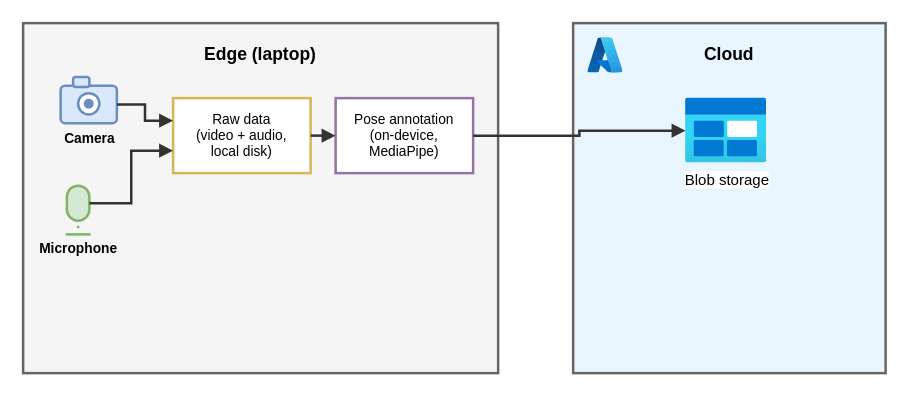
timole/shot-improvement keeps this draw.io diagram as docs/architecture.drawio. Above is the earlier version. Source tidied: cells renumbered, new cells numbered last; positions are measured from the earlier drawing's top-left corner, leaving out a move shared by most shapes. Both pictures are drawn from the tidied source at 125%, with x=0, y=0 at pixel (22, 22).
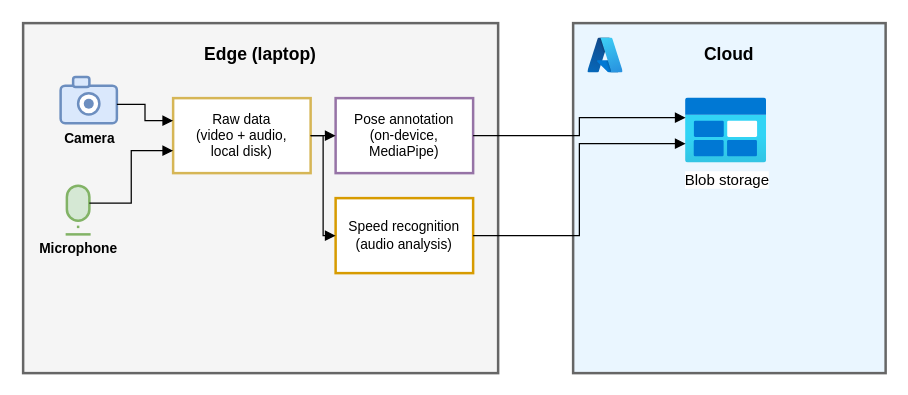
The same page after the edit.

Commit message (it also covers changes not shown here):
Architecture diagram: 1pt black edges, add speed recognition box

Arrows are now a uniform 1pt black line. Added a "Speed recognition
(audio analysis)" box on the Edge side, fed from Raw data alongside
Pose annotation, both flowing to Blob storage.

Claude-Session: https://claude.ai/code/session_017hfGxMnU1swBr4svZsnXk8

Unchanged cells that the change refers to:
```xml
<mxCell id="3" style="rounded=1;arcSize=12;whiteSpace=wrap;html=1;fillColor=#dae8fc;strokeColor=#6c8ebf;strokeWidth=2;" parent="1" vertex="1">
  <mxGeometry x="30" y="50" width="45" height="30" as="geometry" />
</mxCell>
<mxCell id="8" style="rounded=1;arcSize=50;whiteSpace=wrap;html=1;fillColor=#d5e8d4;strokeColor=#82b366;strokeWidth=2;" parent="1" vertex="1">
  <mxGeometry x="35" y="130" width="18" height="28" as="geometry" />
</mxCell>
<mxCell id="12" value="Raw data&#10;(video + audio,&#10;local disk)" style="rounded=0;whiteSpace=wrap;html=1;fillColor=#ffffff;strokeColor=#d6b656;strokeWidth=2;fontSize=11;fontFamily=Arial;align=center;verticalAlign=middle;" parent="1" vertex="1">
  <mxGeometry x="120" y="60" width="110" height="60" as="geometry" />
</mxCell>
<mxCell id="13" value="Pose annotation&#10;(on-device,&#10;MediaPipe)" style="rounded=0;whiteSpace=wrap;html=1;fillColor=#ffffff;strokeColor=#9673a6;strokeWidth=2;fontSize=11;fontFamily=Arial;align=center;verticalAlign=middle;" parent="1" vertex="1">
  <mxGeometry x="250" y="60" width="110" height="60" as="geometry" />
</mxCell>
<mxCell id="15" value="Blob storage" style="image;html=1;points=[];align=center;fontSize=12;fontFamily=Arial;image=img/lib/azure2/general/Blob_Block.svg;" parent="1" vertex="1">
  <mxGeometry x="530" y="60" width="65" height="52" as="geometry" />
</mxCell>
```

Diff of the diagram source:
```diff
@@
+    <mxCell id="21" value="Speed recognition&#10;(audio analysis)" style="rounded=0;whiteSpace=wrap;html=1;fillColor=#ffffff;strokeColor=#d79b00;strokeWidth=2;fontSize=11;fontFamily=Arial;align=center;verticalAlign=middle;" parent="1" vertex="1">
+      <mxGeometry x="250" y="140" width="110" height="60" as="geometry" />
+    </mxCell>
@@
-    <mxCell id="17" style="edgeStyle=orthogonalEdgeStyle;rounded=0;html=1;endArrow=block;elbow=vertical;startArrow=none;strokeColor=#333333;strokeWidth=2;exitX=1;exitY=0.5;exitDx=0;exitDy=0;entryX=0;entryY=0.3;entryDx=0;entryDy=0;" parent="1" edge="1" source="3" target="12">
+    <mxCell id="17" style="edgeStyle=orthogonalEdgeStyle;rounded=0;html=1;endArrow=block;elbow=vertical;startArrow=none;strokeColor=#000000;strokeWidth=1;exitX=1;exitY=0.5;exitDx=0;exitDy=0;entryX=0;entryY=0.3;entryDx=0;entryDy=0;" parent="1" edge="1" source="3" target="12">
       <mxGeometry relative="1" as="geometry" />
     </mxCell>
-    <mxCell id="18" style="edgeStyle=orthogonalEdgeStyle;rounded=0;html=1;endArrow=block;elbow=vertical;startArrow=none;strokeColor=#333333;strokeWidth=2;exitX=1;exitY=0.5;exitDx=0;exitDy=0;entryX=0;entryY=0.7;entryDx=0;entryDy=0;" parent="1" edge="1" source="8" target="12">
+    <mxCell id="18" style="edgeStyle=orthogonalEdgeStyle;rounded=0;html=1;endArrow=block;elbow=vertical;startArrow=none;strokeColor=#000000;strokeWidth=1;exitX=1;exitY=0.5;exitDx=0;exitDy=0;entryX=0;entryY=0.7;entryDx=0;entryDy=0;" parent="1" edge="1" source="8" target="12">
       <mxGeometry relative="1" as="geometry" />
     </mxCell>
-    <mxCell id="19" style="edgeStyle=orthogonalEdgeStyle;rounded=0;html=1;endArrow=block;elbow=vertical;startArrow=none;strokeColor=#333333;strokeWidth=2;exitX=1;exitY=0.5;exitDx=0;exitDy=0;entryX=0;entryY=0.5;entryDx=0;entryDy=0;" parent="1" edge="1" source="12" target="13">
+    <mxCell id="19" style="edgeStyle=orthogonalEdgeStyle;rounded=0;html=1;endArrow=block;elbow=vertical;startArrow=none;strokeColor=#000000;strokeWidth=1;exitX=1;exitY=0.5;exitDx=0;exitDy=0;entryX=0;entryY=0.5;entryDx=0;entryDy=0;" parent="1" edge="1" source="12" target="13">
       <mxGeometry relative="1" as="geometry" />
     </mxCell>
+    <mxCell id="22" style="edgeStyle=orthogonalEdgeStyle;rounded=0;html=1;endArrow=block;elbow=vertical;startArrow=none;strokeColor=#000000;strokeWidth=1;exitX=1;exitY=0.5;exitDx=0;exitDy=0;entryX=0;entryY=0.5;entryDx=0;entryDy=0;" parent="1" edge="1" source="12" target="21">
+      <mxGeometry relative="1" as="geometry" />
+    </mxCell>
-    <mxCell id="20" style="edgeStyle=orthogonalEdgeStyle;rounded=0;html=1;endArrow=block;elbow=vertical;startArrow=none;strokeColor=#333333;strokeWidth=2;exitX=1;exitY=0.5;exitDx=0;exitDy=0;entryX=0;entryY=0.5;entryDx=0;entryDy=0;" parent="1" edge="1" source="13" target="15">
+    <mxCell id="20" style="edgeStyle=orthogonalEdgeStyle;rounded=0;html=1;endArrow=block;elbow=vertical;startArrow=none;strokeColor=#000000;strokeWidth=1;exitX=1;exitY=0.5;exitDx=0;exitDy=0;entryX=0;entryY=0.3;entryDx=0;entryDy=0;" parent="1" edge="1" source="13" target="15">
       <mxGeometry relative="1" as="geometry" />
     </mxCell>
+    <mxCell id="23" style="edgeStyle=orthogonalEdgeStyle;rounded=0;html=1;endArrow=block;elbow=vertical;startArrow=none;strokeColor=#000000;strokeWidth=1;exitX=1;exitY=0.5;exitDx=0;exitDy=0;entryX=0;entryY=0.7;entryDx=0;entryDy=0;" parent="1" edge="1" source="21" target="15">
+      <mxGeometry relative="1" as="geometry" />
+    </mxCell>
```
